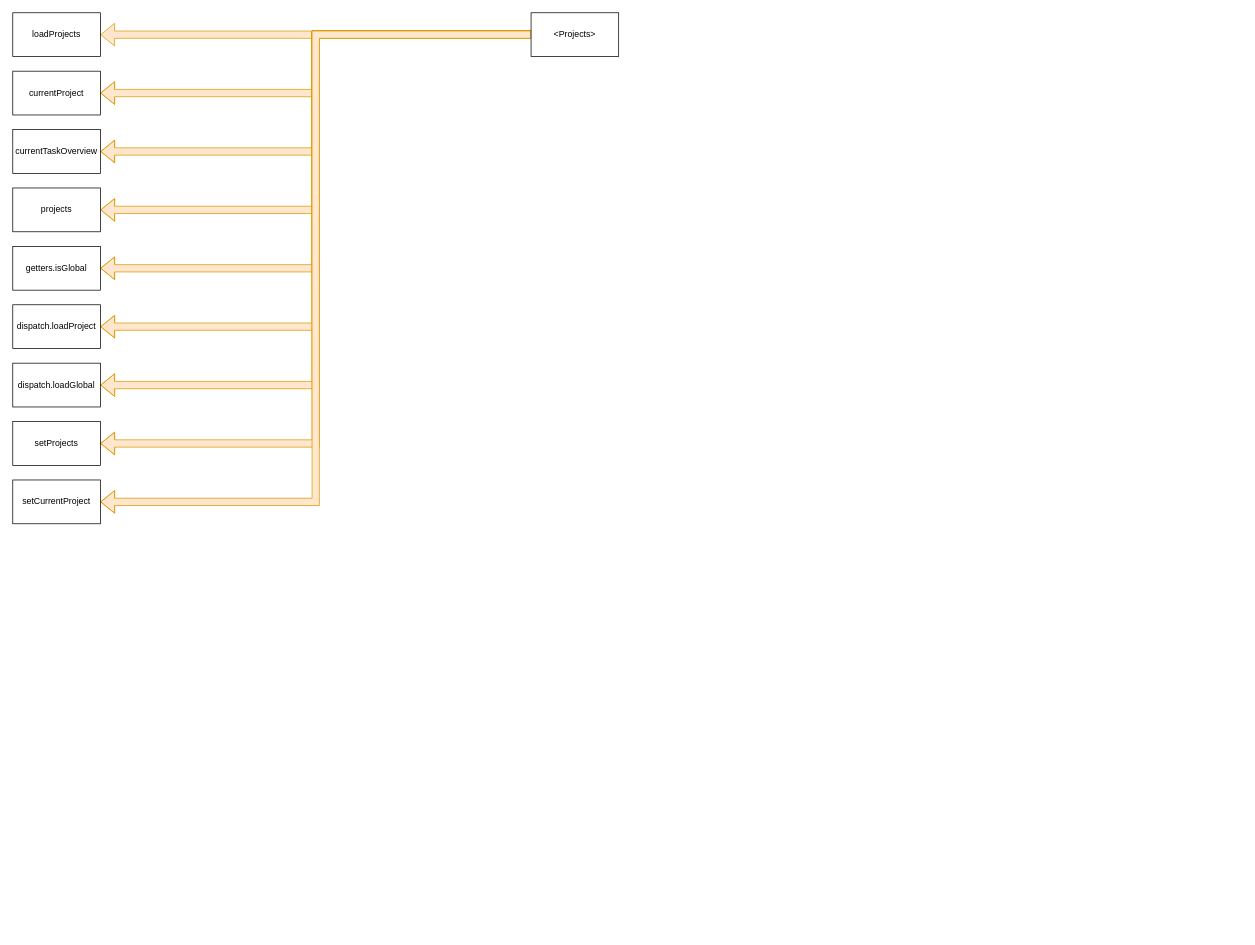
This is diagrams/miqa-store-components.drawio from davidshq/miqa-notes, a draw.io file, before an edit. Source tidied: cells renumbered, new cells numbered last; positions are measured from the earlier drawing's top-left corner, leaving out a move shared by most shapes. Both pictures are drawn from the tidied source at 73%, with x=0, y=0 at pixel (12, 12).
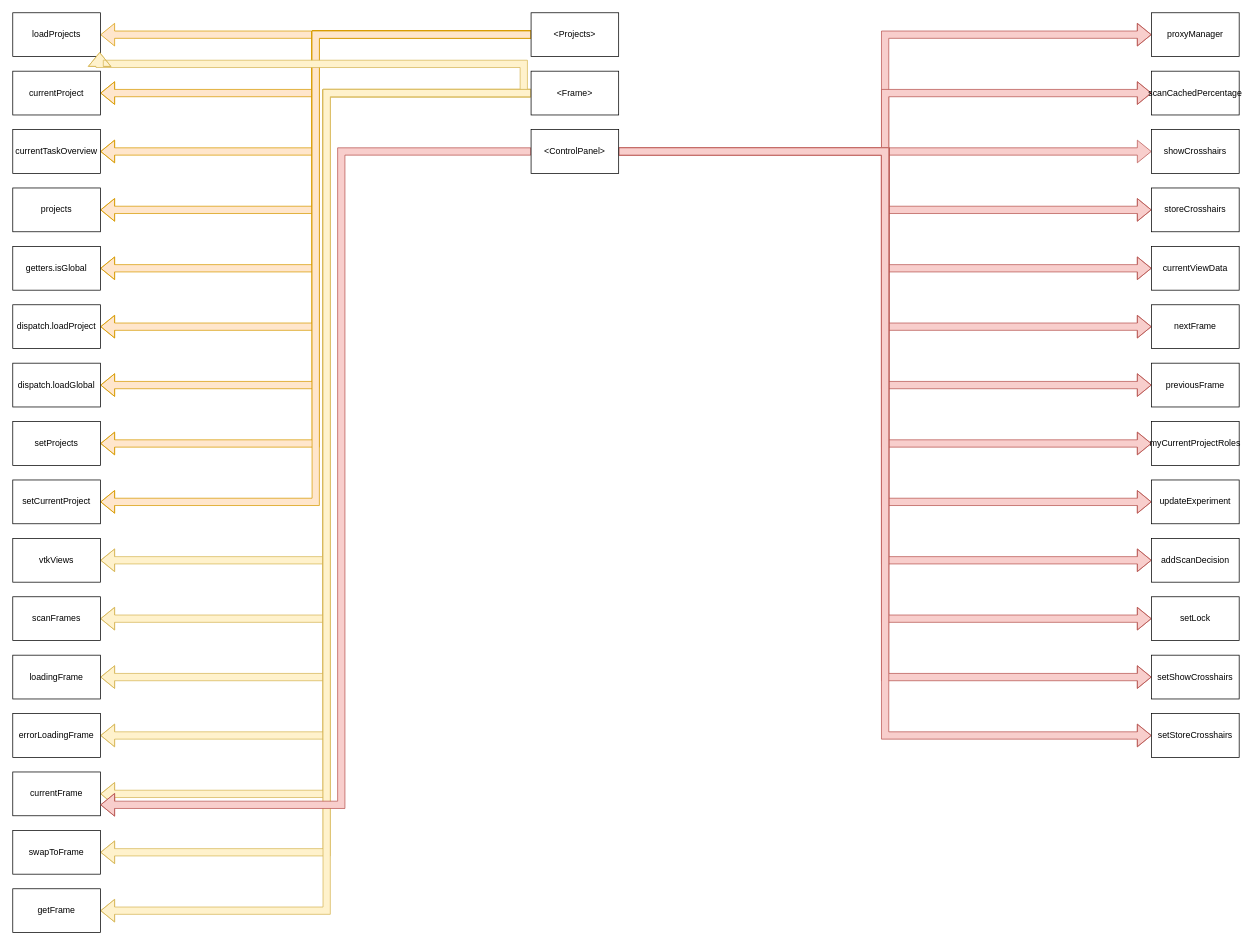
After the change.

Commit message:
Add ControlPanel and Frame flows

Unchanged cells that the change refers to:
```xml
<mxCell id="12" value="loadProjects" style="rounded=0;whiteSpace=wrap;html=1;" parent="1" vertex="1">
  <mxGeometry width="120" height="60" as="geometry" />
</mxCell>
```

The edit, as a diff of the source:
```diff
@@
+    <mxCell id="21" style="edgeStyle=orthogonalEdgeStyle;shape=flexArrow;rounded=0;jettySize=auto;html=1;exitX=0;exitY=0.5;exitDx=0;exitDy=0;entryX=1;entryY=0.5;entryDx=0;entryDy=0;fillColor=#fff2cc;strokeColor=#d6b656;" parent="1" edge="1" source="29" target="30">
+      <mxGeometry relative="1" as="geometry">
+        <Array as="points">
+          <mxPoint x="430" y="110" />
+          <mxPoint x="430" y="750" />
+        </Array>
+      </mxGeometry>
+    </mxCell>
+    <mxCell id="22" style="edgeStyle=orthogonalEdgeStyle;shape=flexArrow;rounded=0;jettySize=auto;html=1;exitX=0;exitY=0.5;exitDx=0;exitDy=0;entryX=1;entryY=0.5;entryDx=0;entryDy=0;fillColor=#fff2cc;strokeColor=#d6b656;" parent="1" edge="1" source="29" target="31">
+      <mxGeometry relative="1" as="geometry">
+        <Array as="points">
+          <mxPoint x="430" y="110" />
+          <mxPoint x="430" y="830" />
+        </Array>
+      </mxGeometry>
+    </mxCell>
+    <mxCell id="23" style="edgeStyle=orthogonalEdgeStyle;shape=flexArrow;rounded=0;jettySize=auto;html=1;exitX=0;exitY=0.5;exitDx=0;exitDy=0;entryX=1;entryY=0.5;entryDx=0;entryDy=0;fillColor=#fff2cc;strokeColor=#d6b656;" parent="1" edge="1" source="29" target="32">
+      <mxGeometry relative="1" as="geometry">
+        <Array as="points">
+          <mxPoint x="430" y="110" />
+          <mxPoint x="430" y="910" />
+        </Array>
+      </mxGeometry>
+    </mxCell>
+    <mxCell id="24" style="edgeStyle=orthogonalEdgeStyle;shape=flexArrow;rounded=0;jettySize=auto;html=1;exitX=0;exitY=0.5;exitDx=0;exitDy=0;entryX=1;entryY=0.5;entryDx=0;entryDy=0;fillColor=#fff2cc;strokeColor=#d6b656;" parent="1" edge="1" source="29" target="33">
+      <mxGeometry relative="1" as="geometry">
+        <Array as="points">
+          <mxPoint x="430" y="110" />
+          <mxPoint x="430" y="990" />
+        </Array>
+      </mxGeometry>
+    </mxCell>
+    <mxCell id="25" style="edgeStyle=orthogonalEdgeStyle;shape=flexArrow;rounded=0;jettySize=auto;html=1;exitX=0;exitY=0.5;exitDx=0;exitDy=0;entryX=1;entryY=0.5;entryDx=0;entryDy=0;fillColor=#fff2cc;strokeColor=#d6b656;" parent="1" edge="1" source="29" target="34">
+      <mxGeometry relative="1" as="geometry">
+        <Array as="points">
+          <mxPoint x="430" y="110" />
+          <mxPoint x="430" y="1070" />
+        </Array>
+      </mxGeometry>
+    </mxCell>
+    <mxCell id="26" style="edgeStyle=orthogonalEdgeStyle;shape=flexArrow;rounded=0;jettySize=auto;html=1;entryX=0.992;entryY=0.9;entryDx=0;entryDy=0;entryPerimeter=0;fillColor=#fff2cc;strokeColor=#d6b656;" parent="1" edge="1" target="12">
+      <mxGeometry relative="1" as="geometry">
+        <mxPoint x="700" y="110" as="sourcePoint" />
+        <Array as="points">
+          <mxPoint x="700" y="70" />
+          <mxPoint x="119" y="70" />
+        </Array>
+      </mxGeometry>
+    </mxCell>
+    <mxCell id="27" style="edgeStyle=orthogonalEdgeStyle;shape=flexArrow;rounded=0;jettySize=auto;html=1;exitX=0;exitY=0.5;exitDx=0;exitDy=0;entryX=1;entryY=0.5;entryDx=0;entryDy=0;fillColor=#fff2cc;strokeColor=#d6b656;" parent="1" edge="1" source="29" target="35">
+      <mxGeometry relative="1" as="geometry">
+        <Array as="points">
+          <mxPoint x="430" y="110" />
+          <mxPoint x="430" y="1150" />
+        </Array>
+      </mxGeometry>
+    </mxCell>
+    <mxCell id="28" style="edgeStyle=orthogonalEdgeStyle;shape=flexArrow;rounded=0;jettySize=auto;html=1;exitX=0;exitY=0.5;exitDx=0;exitDy=0;entryX=1;entryY=0.5;entryDx=0;entryDy=0;fillColor=#fff2cc;strokeColor=#d6b656;" parent="1" edge="1" source="29" target="36">
+      <mxGeometry relative="1" as="geometry">
+        <Array as="points">
+          <mxPoint x="430" y="110" />
+          <mxPoint x="430" y="1230" />
+        </Array>
+      </mxGeometry>
+    </mxCell>
+    <mxCell id="29" value="&amp;lt;Frame&amp;gt;" style="rounded=0;whiteSpace=wrap;html=1;" parent="1" vertex="1">
+      <mxGeometry x="710" y="80" width="120" height="60" as="geometry" />
+    </mxCell>
+    <mxCell id="30" value="vtkViews" style="rounded=0;whiteSpace=wrap;html=1;" parent="1" vertex="1">
+      <mxGeometry y="720" width="120" height="60" as="geometry" />
+    </mxCell>
+    <mxCell id="31" value="scanFrames" style="rounded=0;whiteSpace=wrap;html=1;" parent="1" vertex="1">
+      <mxGeometry y="800" width="120" height="60" as="geometry" />
+    </mxCell>
+    <mxCell id="32" value="loadingFrame" style="rounded=0;whiteSpace=wrap;html=1;" parent="1" vertex="1">
+      <mxGeometry y="880" width="120" height="60" as="geometry" />
+    </mxCell>
+    <mxCell id="33" value="errorLoadingFrame" style="rounded=0;whiteSpace=wrap;html=1;" parent="1" vertex="1">
+      <mxGeometry y="960" width="120" height="60" as="geometry" />
+    </mxCell>
+    <mxCell id="34" value="currentFrame" style="rounded=0;whiteSpace=wrap;html=1;" parent="1" vertex="1">
+      <mxGeometry y="1040" width="120" height="60" as="geometry" />
+    </mxCell>
+    <mxCell id="35" value="swapToFrame" style="rounded=0;whiteSpace=wrap;html=1;" parent="1" vertex="1">
+      <mxGeometry y="1120" width="120" height="60" as="geometry" />
+    </mxCell>
+    <mxCell id="36" value="getFrame" style="rounded=0;whiteSpace=wrap;html=1;" parent="1" vertex="1">
+      <mxGeometry y="1200" width="120" height="60" as="geometry" />
+    </mxCell>
+    <mxCell id="37" style="edgeStyle=orthogonalEdgeStyle;shape=flexArrow;rounded=0;jettySize=auto;html=1;exitX=1;exitY=0.5;exitDx=0;exitDy=0;entryX=0;entryY=0.5;entryDx=0;entryDy=0;fillColor=#f8cecc;strokeColor=#b85450;" parent="1" edge="1" source="51" target="52">
+      <mxGeometry relative="1" as="geometry" />
+    </mxCell>
+    <mxCell id="38" style="edgeStyle=orthogonalEdgeStyle;shape=flexArrow;rounded=0;jettySize=auto;html=1;exitX=1;exitY=0.5;exitDx=0;exitDy=0;entryX=0;entryY=0.5;entryDx=0;entryDy=0;fillColor=#f8cecc;strokeColor=#b85450;" parent="1" edge="1" source="51" target="54">
+      <mxGeometry relative="1" as="geometry" />
+    </mxCell>
+    <mxCell id="39" style="edgeStyle=orthogonalEdgeStyle;shape=flexArrow;rounded=0;jettySize=auto;html=1;exitX=1;exitY=0.5;exitDx=0;exitDy=0;fillColor=#f8cecc;strokeColor=#b85450;" parent="1" edge="1" source="51" target="53">
+      <mxGeometry relative="1" as="geometry" />
+    </mxCell>
+    <mxCell id="40" style="edgeStyle=orthogonalEdgeStyle;shape=flexArrow;rounded=0;jettySize=auto;html=1;exitX=1;exitY=0.5;exitDx=0;exitDy=0;entryX=0;entryY=0.5;entryDx=0;entryDy=0;fillColor=#f8cecc;strokeColor=#b85450;" parent="1" edge="1" source="51" target="55">
+      <mxGeometry relative="1" as="geometry" />
+    </mxCell>
+    <mxCell id="41" style="edgeStyle=orthogonalEdgeStyle;shape=flexArrow;rounded=0;jettySize=auto;html=1;exitX=1;exitY=0.5;exitDx=0;exitDy=0;entryX=0;entryY=0.5;entryDx=0;entryDy=0;fillColor=#f8cecc;strokeColor=#b85450;" parent="1" edge="1" source="51" target="56">
+      <mxGeometry relative="1" as="geometry" />
+    </mxCell>
+    <mxCell id="42" style="edgeStyle=orthogonalEdgeStyle;shape=flexArrow;rounded=0;jettySize=auto;html=1;exitX=1;exitY=0.5;exitDx=0;exitDy=0;entryX=0;entryY=0.5;entryDx=0;entryDy=0;fillColor=#f8cecc;strokeColor=#b85450;" parent="1" edge="1" source="51" target="57">
+      <mxGeometry relative="1" as="geometry" />
+    </mxCell>
+    <mxCell id="43" style="edgeStyle=orthogonalEdgeStyle;shape=flexArrow;rounded=0;jettySize=auto;html=1;exitX=1;exitY=0.5;exitDx=0;exitDy=0;entryX=0;entryY=0.5;entryDx=0;entryDy=0;fillColor=#f8cecc;strokeColor=#b85450;" parent="1" edge="1" source="51" target="58">
+      <mxGeometry relative="1" as="geometry" />
+    </mxCell>
+    <mxCell id="44" style="edgeStyle=orthogonalEdgeStyle;shape=flexArrow;rounded=0;jettySize=auto;html=1;exitX=1;exitY=0.5;exitDx=0;exitDy=0;entryX=0;entryY=0.5;entryDx=0;entryDy=0;fillColor=#f8cecc;strokeColor=#b85450;" parent="1" edge="1" source="51" target="59">
+      <mxGeometry relative="1" as="geometry" />
+    </mxCell>
+    <mxCell id="45" style="edgeStyle=orthogonalEdgeStyle;shape=flexArrow;rounded=0;jettySize=auto;html=1;exitX=0;exitY=0.5;exitDx=0;exitDy=0;entryX=1;entryY=0.75;entryDx=0;entryDy=0;fillColor=#f8cecc;strokeColor=#b85450;" parent="1" edge="1" source="51" target="34">
+      <mxGeometry relative="1" as="geometry">
+        <Array as="points">
+          <mxPoint x="450" y="190" />
+          <mxPoint x="450" y="1085" />
+        </Array>
+      </mxGeometry>
+    </mxCell>
+    <mxCell id="46" style="edgeStyle=orthogonalEdgeStyle;shape=flexArrow;rounded=0;jettySize=auto;html=1;exitX=1;exitY=0.5;exitDx=0;exitDy=0;entryX=0;entryY=0.5;entryDx=0;entryDy=0;fillColor=#f8cecc;strokeColor=#b85450;" parent="1" edge="1" source="51" target="61">
+      <mxGeometry relative="1" as="geometry" />
+    </mxCell>
+    <mxCell id="47" style="edgeStyle=orthogonalEdgeStyle;shape=flexArrow;rounded=0;jettySize=auto;html=1;exitX=1;exitY=0.5;exitDx=0;exitDy=0;entryX=0;entryY=0.5;entryDx=0;entryDy=0;fillColor=#f8cecc;strokeColor=#b85450;" parent="1" edge="1" source="51" target="60">
+      <mxGeometry relative="1" as="geometry" />
+    </mxCell>
+    <mxCell id="48" style="edgeStyle=orthogonalEdgeStyle;shape=flexArrow;rounded=0;jettySize=auto;html=1;exitX=1;exitY=0.5;exitDx=0;exitDy=0;entryX=0;entryY=0.5;entryDx=0;entryDy=0;fillColor=#f8cecc;strokeColor=#b85450;" parent="1" edge="1" source="51" target="62">
+      <mxGeometry relative="1" as="geometry" />
+    </mxCell>
+    <mxCell id="49" style="edgeStyle=orthogonalEdgeStyle;shape=flexArrow;rounded=0;jettySize=auto;html=1;exitX=1;exitY=0.5;exitDx=0;exitDy=0;entryX=0;entryY=0.5;entryDx=0;entryDy=0;fillColor=#f8cecc;strokeColor=#b85450;" parent="1" edge="1" source="51" target="63">
+      <mxGeometry relative="1" as="geometry" />
+    </mxCell>
+    <mxCell id="50" style="edgeStyle=orthogonalEdgeStyle;shape=flexArrow;rounded=0;jettySize=auto;html=1;exitX=1;exitY=0.5;exitDx=0;exitDy=0;entryX=0;entryY=0.5;entryDx=0;entryDy=0;fillColor=#f8cecc;strokeColor=#b85450;" parent="1" edge="1" source="51" target="64">
+      <mxGeometry relative="1" as="geometry" />
+    </mxCell>
+    <mxCell id="51" value="&amp;lt;ControlPanel&amp;gt;" style="rounded=0;whiteSpace=wrap;html=1;" parent="1" vertex="1">
+      <mxGeometry x="710" y="160" width="120" height="60" as="geometry" />
+    </mxCell>
+    <mxCell id="52" value="proxyManager" style="rounded=0;whiteSpace=wrap;html=1;" parent="1" vertex="1">
+      <mxGeometry x="1560" width="120" height="60" as="geometry" />
+    </mxCell>
+    <mxCell id="53" value="showCrosshairs" style="rounded=0;whiteSpace=wrap;html=1;" parent="1" vertex="1">
+      <mxGeometry x="1560" y="160" width="120" height="60" as="geometry" />
+    </mxCell>
+    <mxCell id="54" value="scanCachedPercentage" style="rounded=0;whiteSpace=wrap;html=1;" parent="1" vertex="1">
+      <mxGeometry x="1560" y="80" width="120" height="60" as="geometry" />
+    </mxCell>
+    <mxCell id="55" value="storeCrosshairs" style="rounded=0;whiteSpace=wrap;html=1;" parent="1" vertex="1">
+      <mxGeometry x="1560" y="240" width="120" height="60" as="geometry" />
+    </mxCell>
+    <mxCell id="56" value="currentViewData" style="rounded=0;whiteSpace=wrap;html=1;" parent="1" vertex="1">
+      <mxGeometry x="1560" y="320" width="120" height="60" as="geometry" />
+    </mxCell>
+    <mxCell id="57" value="nextFrame" style="rounded=0;whiteSpace=wrap;html=1;" parent="1" vertex="1">
+      <mxGeometry x="1560" y="400" width="120" height="60" as="geometry" />
+    </mxCell>
+    <mxCell id="58" value="previousFrame" style="rounded=0;whiteSpace=wrap;html=1;" parent="1" vertex="1">
+      <mxGeometry x="1560" y="480" width="120" height="60" as="geometry" />
+    </mxCell>
+    <mxCell id="59" value="myCurrentProjectRoles" style="rounded=0;whiteSpace=wrap;html=1;" parent="1" vertex="1">
+      <mxGeometry x="1560" y="560" width="120" height="60" as="geometry" />
+    </mxCell>
+    <mxCell id="60" value="addScanDecision" style="rounded=0;whiteSpace=wrap;html=1;" parent="1" vertex="1">
+      <mxGeometry x="1560" y="720" width="120" height="60" as="geometry" />
+    </mxCell>
+    <mxCell id="61" value="updateExperiment" style="rounded=0;whiteSpace=wrap;html=1;" parent="1" vertex="1">
+      <mxGeometry x="1560" y="640" width="120" height="60" as="geometry" />
+    </mxCell>
+    <mxCell id="62" value="setLock" style="rounded=0;whiteSpace=wrap;html=1;" parent="1" vertex="1">
+      <mxGeometry x="1560" y="800" width="120" height="60" as="geometry" />
+    </mxCell>
+    <mxCell id="63" value="setShowCrosshairs" style="rounded=0;whiteSpace=wrap;html=1;" parent="1" vertex="1">
+      <mxGeometry x="1560" y="880" width="120" height="60" as="geometry" />
+    </mxCell>
+    <mxCell id="64" value="setStoreCrosshairs" style="rounded=0;whiteSpace=wrap;html=1;" parent="1" vertex="1">
+      <mxGeometry x="1560" y="960" width="120" height="60" as="geometry" />
+    </mxCell>
```
